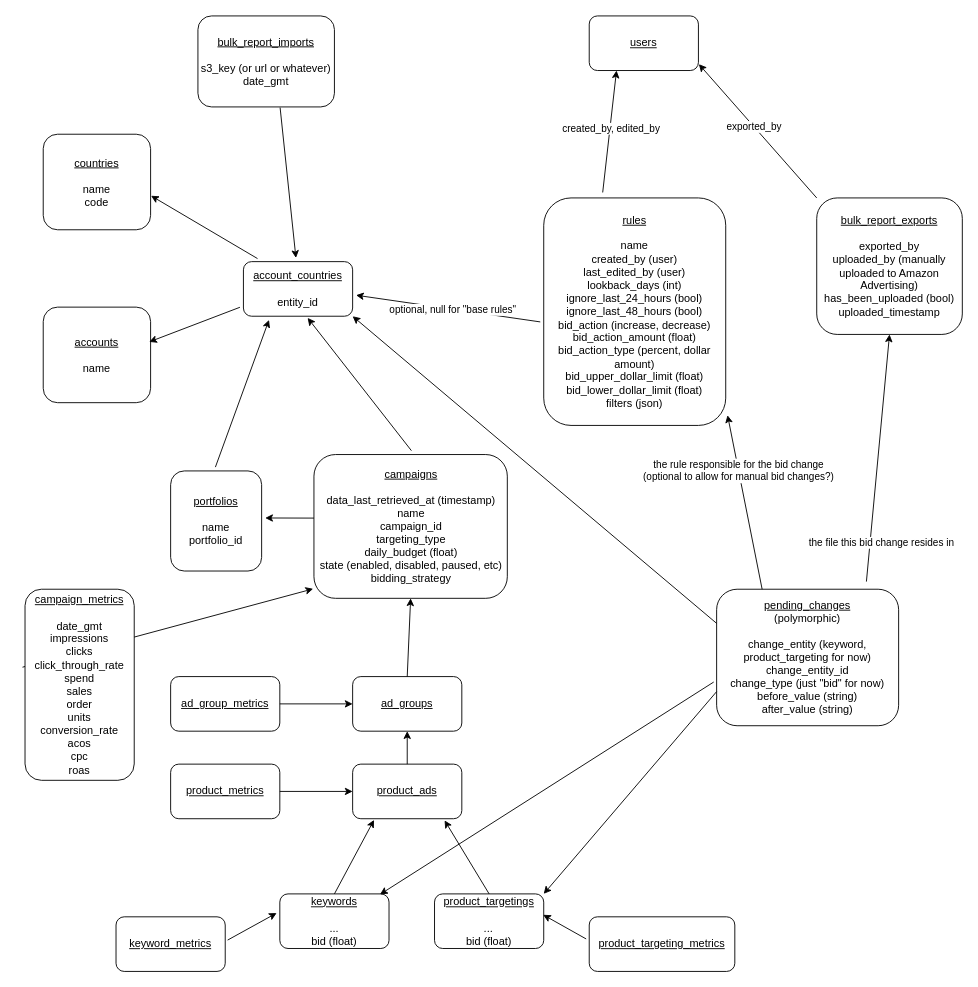
Above: erd.drawio in patanj101/drafted-app (draw.io), before the change. Source tidied: cells renumbered, new cells numbered last; positions are measured from the earlier drawing's top-left corner, leaving out a move shared by most shapes. Both pictures are drawn from the tidied source at 91%, with x=0, y=0 at pixel (25, 15).
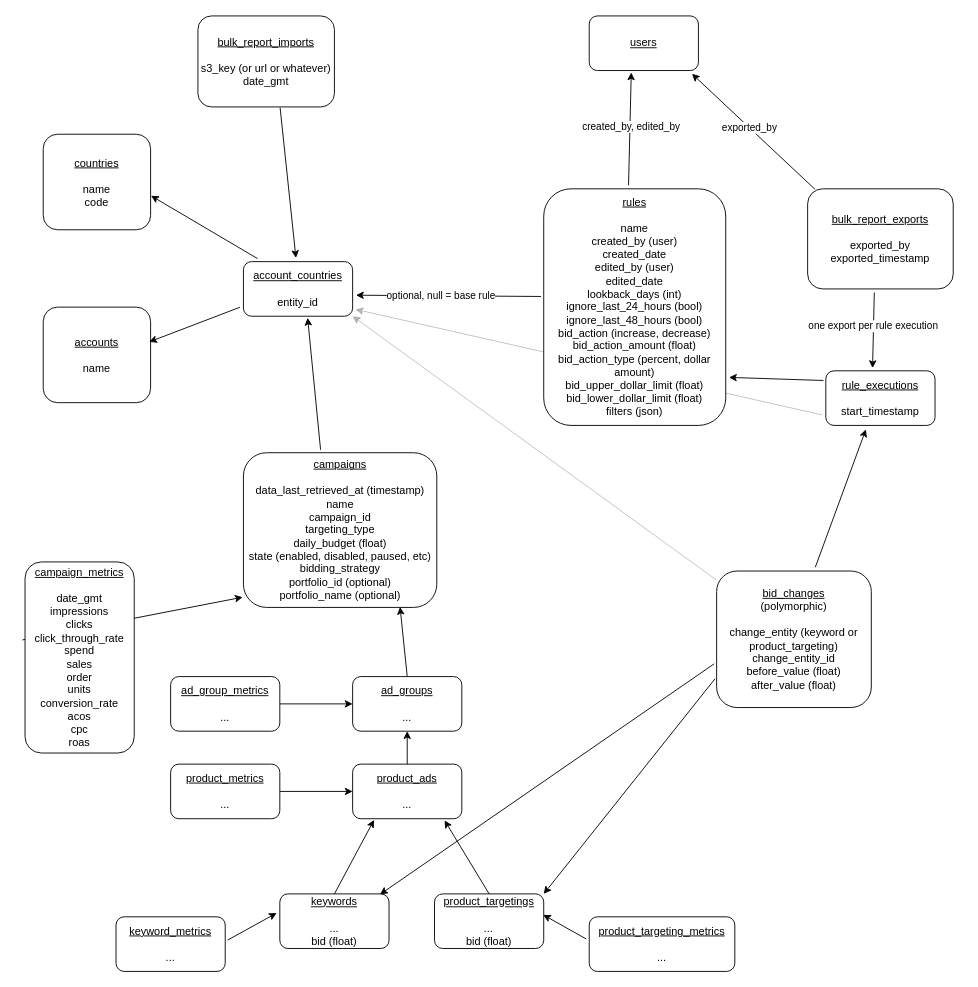
Above is the later version.

Unchanged cells that the change refers to:
```xml
<mxCell id="2" value="&lt;u&gt;account_countries&lt;br&gt;&lt;/u&gt;&lt;br&gt;entity_id" style="rounded=1;whiteSpace=wrap;html=1;" parent="1" vertex="1">
  <mxGeometry x="240" y="270" width="120" height="60" as="geometry" />
</mxCell>
<mxCell id="7" value="&lt;u&gt;users&lt;/u&gt;" style="rounded=1;whiteSpace=wrap;html=1;" parent="1" vertex="1">
  <mxGeometry x="620" width="120" height="60" as="geometry" />
</mxCell>
<mxCell id="28" value="&lt;u&gt;product_targetings&lt;/u&gt;&lt;br&gt;&lt;br&gt;&lt;i&gt;...&lt;br&gt;&lt;/i&gt;bid (float)" style="rounded=1;whiteSpace=wrap;html=1;" parent="1" vertex="1">
  <mxGeometry x="450" y="964.8" width="120" height="60" as="geometry" />
</mxCell>
```

The edit, as a diff of the source:
```diff
@@
+    <mxCell id="49" style="endArrow=classic;html=1;rounded=0;exitX=-0.035;exitY=0.807;exitDx=0;exitDy=0;exitPerimeter=0;entryX=1.027;entryY=0.875;entryDx=0;entryDy=0;strokeWidth=1;entryPerimeter=0;opacity=25;" parent="1" edge="1" source="51" target="2">
+      <mxGeometry relative="1" as="geometry" />
+    </mxCell>
@@
-    <mxCell id="3" style="endArrow=classic;html=1;rounded=0;entryX=1.031;entryY=0.615;entryDx=0;entryDy=0;entryPerimeter=0;exitX=-0.019;exitY=0.545;exitDx=0;exitDy=0;exitPerimeter=0;" parent="1" edge="1" source="6" target="2">
+    <mxCell id="3" style="endArrow=classic;html=1;rounded=0;entryX=1.031;entryY=0.615;entryDx=0;entryDy=0;entryPerimeter=0;exitX=-0.015;exitY=0.455;exitDx=0;exitDy=0;exitPerimeter=0;" parent="1" edge="1" source="6" target="2">
       <mxGeometry relative="1" as="geometry" />
     </mxCell>
-    <mxCell id="4" value="optional, null for &quot;base rules&quot;" style="edgeLabel;html=1;align=center;verticalAlign=middle;" parent="3" vertex="1">
-      <mxGeometry x="-0.04" relative="1" as="geometry" />
-    </mxCell>
+    <mxCell id="50" value="optional, null = base rule" style="edgeLabel;html=1;align=center;verticalAlign=middle;" parent="3" vertex="1">
+      <mxGeometry x="0.09" relative="1" as="geometry" />
+    </mxCell>
@@
-    <mxCell id="6" value="&lt;u&gt;rules&lt;/u&gt;&lt;br&gt;&lt;br&gt;name&lt;br&gt;created_by (user)&lt;br&gt;last_edited_by (user)&lt;br&gt;lookback_days (int)&lt;br&gt;ignore_last_24_hours (bool)&lt;br&gt;ignore_last_48_hours (bool)&lt;br&gt;bid_action (increase, decrease)&lt;br&gt;bid_action_amount (float)&lt;br&gt;bid_action_type (percent, dollar amount)&lt;br&gt;bid_upper_dollar_limit (float)&lt;br&gt;bid_lower_dollar_limit (float)&lt;br&gt;filters (json)" style="rounded=1;whiteSpace=wrap;html=1;" parent="1" vertex="1">
-      <mxGeometry x="570" y="200" width="200" height="250" as="geometry" />
-    </mxCell>
@@
-    <mxCell id="8" style="endArrow=classic;html=1;rounded=0;entryX=0.25;entryY=1;entryDx=0;entryDy=0;exitX=0.324;exitY=-0.024;exitDx=0;exitDy=0;exitPerimeter=0;" parent="1" edge="1" source="6" target="7">
+    <mxCell id="8" style="endArrow=classic;html=1;rounded=0;entryX=0.385;entryY=1.035;entryDx=0;entryDy=0;exitX=0.466;exitY=-0.015;exitDx=0;exitDy=0;exitPerimeter=0;entryPerimeter=0;" parent="1" edge="1" source="6" target="7">
       <mxGeometry relative="1" as="geometry" />
     </mxCell>
@@
-    <mxCell id="11" value="&lt;u&gt;bulk_report_exports&lt;/u&gt;&lt;br&gt;&lt;br&gt;exported_by&lt;br&gt;uploaded_by (manually uploaded to Amazon Advertising)&lt;br&gt;has_been_uploaded (bool)&lt;br&gt;uploaded_timestamp" style="rounded=1;whiteSpace=wrap;html=1;" parent="1" vertex="1">
-      <mxGeometry x="870" y="200" width="160" height="150" as="geometry" />
+    <mxCell id="11" value="&lt;u&gt;bulk_report_exports&lt;/u&gt;&lt;br&gt;&lt;br&gt;exported_by&lt;br&gt;exported_timestamp" style="rounded=1;whiteSpace=wrap;html=1;" parent="1" vertex="1">
+      <mxGeometry x="860" y="190" width="160" height="110" as="geometry" />
     </mxCell>
-    <mxCell id="12" style="endArrow=classic;html=1;rounded=0;entryX=1.004;entryY=0.883;entryDx=0;entryDy=0;exitX=0;exitY=0;exitDx=0;exitDy=0;entryPerimeter=0;" parent="1" edge="1" source="11" target="7">
+    <mxCell id="12" style="endArrow=classic;html=1;rounded=0;entryX=0.941;entryY=1.06;entryDx=0;entryDy=0;exitX=0.05;exitY=0.004;exitDx=0;exitDy=0;entryPerimeter=0;exitPerimeter=0;" parent="1" edge="1" source="11" target="7">
       <mxGeometry relative="1" as="geometry" />
     </mxCell>
@@
-    <mxCell id="14" value="&lt;u&gt;pending_changes&lt;/u&gt;&lt;br&gt;(polymorphic)&lt;br&gt;&lt;br&gt;change_entity (keyword, product_targeting for now)&lt;br&gt;change_entity_id&lt;br&gt;change_type (just &quot;bid&quot; for now)&lt;br&gt;before_value (string)&lt;br&gt;after_value (string)" style="whiteSpace=wrap;html=1;rounded=1;" parent="1" vertex="1">
-      <mxGeometry x="760" y="630" width="200" height="150" as="geometry" />
+    <mxCell id="14" value="&lt;u&gt;bid_changes&lt;/u&gt;&lt;br&gt;(polymorphic)&lt;br&gt;&lt;br&gt;change_entity (keyword or product_targeting)&lt;br&gt;change_entity_id&lt;br&gt;before_value (float)&lt;br&gt;after_value (float)" style="whiteSpace=wrap;html=1;rounded=1;" parent="1" vertex="1">
+      <mxGeometry x="760" y="610" width="170" height="150" as="geometry" />
     </mxCell>
-    <mxCell id="15" style="endArrow=classic;html=1;rounded=0;exitX=0.823;exitY=-0.056;exitDx=0;exitDy=0;exitPerimeter=0;entryX=0.5;entryY=1;entryDx=0;entryDy=0;" parent="1" edge="1" source="14" target="11">
-      <mxGeometry relative="1" as="geometry" />
-    </mxCell>
-    <mxCell id="16" value="the file this bid change resides in" style="edgeLabel;html=1;align=center;verticalAlign=middle;" parent="15" vertex="1">
-      <mxGeometry x="-0.23" relative="1" as="geometry">
-        <mxPoint x="6" y="61" as="offset" />
-      </mxGeometry>
-    </mxCell>
-    <mxCell id="17" style="endArrow=classic;html=1;rounded=0;exitX=0.25;exitY=0;exitDx=0;exitDy=0;entryX=1.01;entryY=0.955;entryDx=0;entryDy=0;entryPerimeter=0;" parent="1" edge="1" source="14" target="6">
-      <mxGeometry relative="1" as="geometry" />
-    </mxCell>
-    <mxCell id="18" value="the rule responsible for the bid change&lt;br&gt;(optional to allow for manual bid changes?)" style="edgeLabel;html=1;align=center;verticalAlign=middle;" parent="17" vertex="1">
-      <mxGeometry x="0.09" y="-1" relative="1" as="geometry">
-        <mxPoint x="-7" y="-26" as="offset" />
-      </mxGeometry>
-    </mxCell>
@@
-    <mxCell id="20" value="&lt;u&gt;campaigns&lt;/u&gt;&lt;br&gt;&lt;br&gt;data_last_retrieved_at (timestamp)&lt;br&gt;name&lt;br&gt;campaign_id&lt;br&gt;targeting_type&lt;br&gt;daily_budget (float)&lt;br&gt;state (enabled, disabled, paused, etc)&lt;br&gt;bidding_strategy" style="rounded=1;whiteSpace=wrap;html=1;" parent="1" vertex="1">
-      <mxGeometry x="317.5" y="482" width="212.5" height="158" as="geometry" />
+    <mxCell id="20" value="&lt;u&gt;campaigns&lt;/u&gt;&lt;br&gt;&lt;br&gt;data_last_retrieved_at (timestamp)&lt;br&gt;name&lt;br&gt;campaign_id&lt;br&gt;targeting_type&lt;br&gt;daily_budget (float)&lt;br&gt;state (enabled, disabled, paused, etc)&lt;br&gt;bidding_strategy&lt;br&gt;portfolio_id (optional)&lt;br&gt;portfolio_name (optional)" style="rounded=1;whiteSpace=wrap;html=1;" parent="1" vertex="1">
+      <mxGeometry x="240" y="480" width="212.5" height="170" as="geometry" />
     </mxCell>
-    <mxCell id="21" style="endArrow=classic;html=1;rounded=0;exitX=0.504;exitY=-0.027;exitDx=0;exitDy=0;exitPerimeter=0;entryX=0.588;entryY=1.03;entryDx=0;entryDy=0;entryPerimeter=0;" parent="1" edge="1" source="20" target="2">
+    <mxCell id="21" style="endArrow=classic;html=1;rounded=0;exitX=0.399;exitY=-0.019;exitDx=0;exitDy=0;exitPerimeter=0;entryX=0.588;entryY=1.03;entryDx=0;entryDy=0;entryPerimeter=0;" parent="1" edge="1" source="20" target="2">
       <mxGeometry relative="1" as="geometry" />
     </mxCell>
-    <mxCell id="22" value="&lt;u&gt;portfolios&lt;/u&gt;&lt;br&gt;&lt;br&gt;name&lt;br&gt;portfolio_id" style="rounded=1;whiteSpace=wrap;html=1;" parent="1" vertex="1">
-      <mxGeometry x="160" y="500" width="100" height="110" as="geometry" />
-    </mxCell>
-    <mxCell id="23" style="endArrow=classic;html=1;rounded=0;exitX=0;exitY=0.442;exitDx=0;exitDy=0;exitPerimeter=0;entryX=1.039;entryY=0.47;entryDx=0;entryDy=0;entryPerimeter=0;" parent="1" edge="1" source="20" target="22">
-      <mxGeometry relative="1" as="geometry" />
-    </mxCell>
-    <mxCell id="24" style="endArrow=classic;html=1;rounded=0;exitX=0.492;exitY=-0.038;exitDx=0;exitDy=0;exitPerimeter=0;entryX=0.234;entryY=1.068;entryDx=0;entryDy=0;entryPerimeter=0;" parent="1" edge="1" source="22" target="2">
-      <mxGeometry relative="1" as="geometry" />
-    </mxCell>
-    <mxCell id="25" value="&lt;u&gt;ad_groups&lt;/u&gt;" style="rounded=1;whiteSpace=wrap;html=1;" parent="1" vertex="1">
+    <mxCell id="25" value="&lt;u&gt;ad_groups&lt;/u&gt;&lt;br&gt;&lt;br&gt;..." style="rounded=1;whiteSpace=wrap;html=1;" parent="1" vertex="1">
       <mxGeometry x="360" y="726" width="120" height="60" as="geometry" />
     </mxCell>
@@
-    <mxCell id="27" value="&lt;u&gt;product_ads&lt;br&gt;&lt;/u&gt;" style="rounded=1;whiteSpace=wrap;html=1;" parent="1" vertex="1">
+    <mxCell id="27" value="&lt;u&gt;product_ads&lt;/u&gt;&lt;br&gt;&lt;br&gt;..." style="rounded=1;whiteSpace=wrap;html=1;" parent="1" vertex="1">
       <mxGeometry x="360" y="822.2" width="120" height="60" as="geometry" />
     </mxCell>
@@
-    <mxCell id="29" style="endArrow=classic;html=1;rounded=0;exitX=0.5;exitY=0;exitDx=0;exitDy=0;entryX=0.5;entryY=1;entryDx=0;entryDy=0;" parent="1" edge="1" source="25" target="20">
+    <mxCell id="29" style="endArrow=classic;html=1;rounded=0;exitX=0.5;exitY=0;exitDx=0;exitDy=0;entryX=0.81;entryY=0.997;entryDx=0;entryDy=0;entryPerimeter=0;" parent="1" edge="1" source="25" target="20">
       <mxGeometry relative="1" as="geometry" />
     </mxCell>
@@
-    <mxCell id="34" value="&lt;u&gt;ad_group_metrics&lt;/u&gt;" style="rounded=1;whiteSpace=wrap;html=1;" parent="1" vertex="1">
+    <mxCell id="34" value="&lt;u&gt;ad_group_metrics&lt;/u&gt;&lt;br&gt;&lt;br&gt;..." style="rounded=1;whiteSpace=wrap;html=1;" parent="1" vertex="1">
       <mxGeometry x="160" y="726" width="120" height="60" as="geometry" />
     </mxCell>
-    <mxCell id="35" value="&lt;u&gt;product_metrics&lt;/u&gt;" style="rounded=1;whiteSpace=wrap;html=1;" parent="1" vertex="1">
+    <mxCell id="35" value="&lt;u&gt;product_metrics&lt;/u&gt;&lt;br&gt;&lt;br&gt;..." style="rounded=1;whiteSpace=wrap;html=1;" parent="1" vertex="1">
       <mxGeometry x="160" y="822.2" width="120" height="60" as="geometry" />
     </mxCell>
-    <mxCell id="36" value="&lt;u&gt;product_targeting_metrics&lt;br&gt;&lt;/u&gt;" style="rounded=1;whiteSpace=wrap;html=1;" parent="1" vertex="1">
+    <mxCell id="36" value="&lt;u&gt;product_targeting_metrics&lt;/u&gt;&lt;br&gt;&lt;br&gt;..." style="rounded=1;whiteSpace=wrap;html=1;" parent="1" vertex="1">
       <mxGeometry x="620" y="990" width="160" height="60" as="geometry" />
     </mxCell>
-    <mxCell id="37" style="endArrow=classic;html=1;rounded=0;exitX=0;exitY=0.25;exitDx=0;exitDy=0;entryX=1;entryY=1;entryDx=0;entryDy=0;" parent="1" edge="1" source="14" target="2">
-      <mxGeometry relative="1" as="geometry" />
-    </mxCell>
     <mxCell id="38" value="&lt;u&gt;campaign_metrics&lt;/u&gt;&lt;br&gt;&lt;br&gt;date_gmt&lt;br&gt;impressions&lt;br&gt;clicks&lt;br&gt;click_through_rate&lt;br&gt;spend&lt;br&gt;sales&lt;br&gt;order&lt;br&gt;units&lt;br&gt;conversion_rate&lt;br&gt;acos&lt;br&gt;cpc&lt;br&gt;roas" style="rounded=1;whiteSpace=wrap;html=1;" parent="1" vertex="1">
-      <mxGeometry y="630" width="120" height="210" as="geometry" />
+      <mxGeometry y="600" width="120" height="210" as="geometry" />
     </mxCell>
-    <mxCell id="39" value="&lt;u&gt;keyword_metrics&lt;/u&gt;" style="rounded=1;whiteSpace=wrap;html=1;" parent="1" vertex="1">
+    <mxCell id="39" value="&lt;u&gt;keyword_metrics&lt;/u&gt;&lt;br&gt;&lt;br&gt;..." style="rounded=1;whiteSpace=wrap;html=1;" parent="1" vertex="1">
       <mxGeometry x="100" y="990" width="120" height="60" as="geometry" />
     </mxCell>
@@
-    <mxCell id="47" style="endArrow=classic;html=1;rounded=0;exitX=0;exitY=0.75;exitDx=0;exitDy=0;entryX=1;entryY=0;entryDx=0;entryDy=0;" parent="1" edge="1" source="14" target="28">
+    <mxCell id="47" style="endArrow=classic;html=1;rounded=0;exitX=-0.01;exitY=0.789;exitDx=0;exitDy=0;entryX=1;entryY=0;entryDx=0;entryDy=0;exitPerimeter=0;" parent="1" edge="1" source="14" target="28">
       <mxGeometry relative="1" as="geometry" />
     </mxCell>
@@
+    <mxCell id="51" value="&lt;u&gt;rule_executions&lt;/u&gt;&lt;br&gt;&lt;br&gt;start_timestamp" style="rounded=1;whiteSpace=wrap;html=1;" parent="1" vertex="1">
+      <mxGeometry x="880" y="390" width="120" height="60" as="geometry" />
+    </mxCell>
+    <mxCell id="52" style="endArrow=classic;html=1;rounded=0;entryX=1.018;entryY=0.797;entryDx=0;entryDy=0;entryPerimeter=0;exitX=-0.022;exitY=0.177;exitDx=0;exitDy=0;exitPerimeter=0;" parent="1" edge="1" source="51" target="6">
+      <mxGeometry relative="1" as="geometry" />
+    </mxCell>
+    <mxCell id="53" style="endArrow=classic;html=1;rounded=0;exitX=0.638;exitY=-0.028;exitDx=0;exitDy=0;exitPerimeter=0;entryX=0.367;entryY=1.072;entryDx=0;entryDy=0;entryPerimeter=0;" parent="1" edge="1" source="14" target="51">
+      <mxGeometry relative="1" as="geometry" />
+    </mxCell>
+    <mxCell id="54" style="endArrow=classic;html=1;rounded=0;exitX=0.458;exitY=1.036;exitDx=0;exitDy=0;exitPerimeter=0;entryX=0.428;entryY=-0.051;entryDx=0;entryDy=0;entryPerimeter=0;" parent="1" edge="1" source="11" target="51">
+      <mxGeometry relative="1" as="geometry" />
+    </mxCell>
+    <mxCell id="55" value="one export per rule execution" style="edgeLabel;html=1;align=center;verticalAlign=middle;" parent="54" vertex="1">
+      <mxGeometry x="-0.12" y="-1" relative="1" as="geometry" />
+    </mxCell>
+    <mxCell id="37" style="endArrow=classic;html=1;rounded=0;exitX=0;exitY=0.067;exitDx=0;exitDy=0;exitPerimeter=0;entryX=1;entryY=1;entryDx=0;entryDy=0;strokeWidth=1;opacity=25;" parent="1" edge="1" source="14" target="2">
+      <mxGeometry relative="1" as="geometry" />
+    </mxCell>
+    <mxCell id="6" value="&lt;u&gt;rules&lt;/u&gt;&lt;br&gt;&lt;br&gt;name&lt;br&gt;created_by (user)&lt;br&gt;created_date&lt;br&gt;edited_by (user)&lt;br&gt;edited_date&lt;br&gt;lookback_days (int)&lt;br&gt;ignore_last_24_hours (bool)&lt;br&gt;ignore_last_48_hours (bool)&lt;br&gt;bid_action (increase, decrease)&lt;br&gt;bid_action_amount (float)&lt;br&gt;bid_action_type (percent, dollar amount)&lt;br&gt;bid_upper_dollar_limit (float)&lt;br&gt;bid_lower_dollar_limit (float)&lt;br&gt;filters (json)" style="rounded=1;whiteSpace=wrap;html=1;" parent="1" vertex="1">
+      <mxGeometry x="570" y="190" width="200" height="260" as="geometry" />
+    </mxCell>
```
